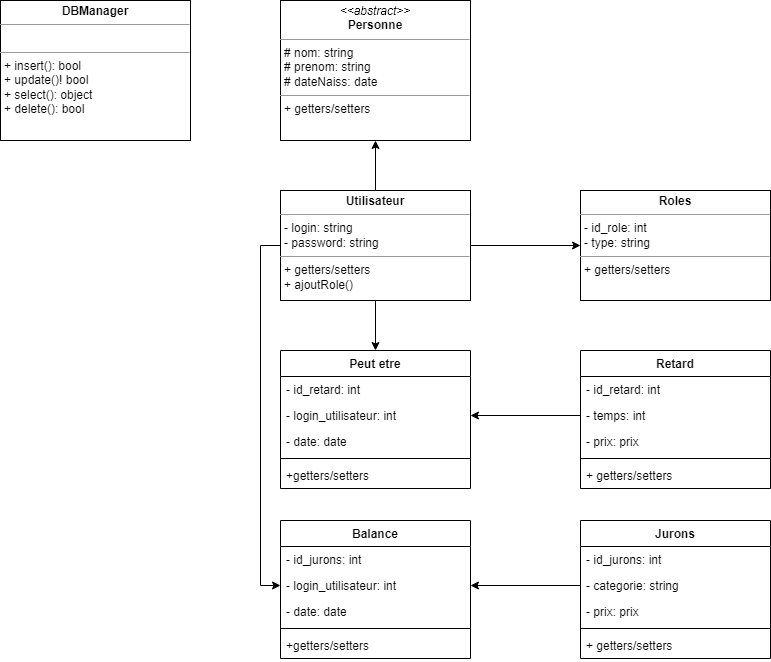
Above: diagramme classe.png in AlexandreMessuve/TP_Jurons (draw.io), before the change. Source tidied: cells renumbered, new cells last; positions are measured from the earlier drawing's top-left corner, leaving out a move shared by most shapes.
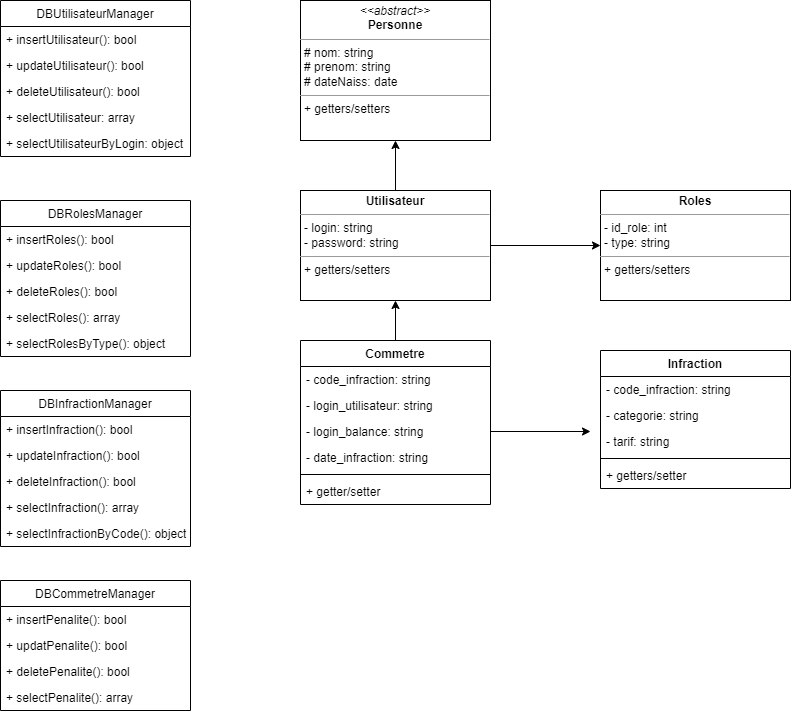
The same file after the commit.

Commit message:
Maj diagramme

Diff of the diagram source:
```diff
@@ -11,98 +11,127 @@
     <mxCell id="4" style="edgeStyle=orthogonalEdgeStyle;rounded=0;jettySize=auto;html=1;entryX=0;entryY=0.5;entryDx=0;entryDy=0;" parent="1" edge="1" source="7" target="8">
       <mxGeometry relative="1" as="geometry" />
     </mxCell>
-    <mxCell id="5" style="edgeStyle=orthogonalEdgeStyle;rounded=0;jettySize=auto;html=1;exitX=0.5;exitY=1;exitDx=0;exitDy=0;entryX=0.5;entryY=0;entryDx=0;entryDy=0;" parent="1" edge="1" source="7" target="16">
-      <mxGeometry relative="1" as="geometry" />
-    </mxCell>
-    <mxCell id="6" style="edgeStyle=orthogonalEdgeStyle;rounded=0;jettySize=auto;html=1;exitX=0;exitY=0.5;exitDx=0;exitDy=0;entryX=0;entryY=0.5;entryDx=0;entryDy=0;" parent="1" edge="1" source="7" target="24">
-      <mxGeometry relative="1" as="geometry" />
-    </mxCell>
-    <mxCell id="7" value="&lt;p style=&quot;margin:0px;margin-top:4px;text-align:center;&quot;&gt;&lt;b&gt;Utilisateur&lt;/b&gt;&lt;/p&gt;&lt;hr size=&quot;1&quot;&gt;&lt;p style=&quot;margin:0px;margin-left:4px;&quot;&gt;- login: string&lt;br&gt;- password: string&lt;/p&gt;&lt;hr size=&quot;1&quot;&gt;&lt;p style=&quot;margin:0px;margin-left:4px;&quot;&gt;+ getters/setters&lt;/p&gt;&lt;p style=&quot;margin:0px;margin-left:4px;&quot;&gt;+ ajoutRole()&lt;/p&gt;" style="verticalAlign=top;align=left;overflow=fill;fontSize=12;fontFamily=Helvetica;html=1;rounded=0;shadow=0;comic=0;labelBackgroundColor=none;strokeWidth=1;" parent="1" vertex="1">
+    <mxCell id="7" value="&lt;p style=&quot;margin:0px;margin-top:4px;text-align:center;&quot;&gt;&lt;b&gt;Utilisateur&lt;/b&gt;&lt;/p&gt;&lt;hr size=&quot;1&quot;&gt;&lt;p style=&quot;margin:0px;margin-left:4px;&quot;&gt;- login: string&lt;br&gt;- password: string&lt;/p&gt;&lt;hr size=&quot;1&quot;&gt;&lt;p style=&quot;margin:0px;margin-left:4px;&quot;&gt;+ getters/setters&lt;/p&gt;" style="verticalAlign=top;align=left;overflow=fill;fontSize=12;fontFamily=Helvetica;html=1;rounded=0;shadow=0;comic=0;labelBackgroundColor=none;strokeWidth=1;" parent="1" vertex="1">
       <mxGeometry x="280" y="190" width="190" height="110" as="geometry" />
     </mxCell>
     <mxCell id="8" value="&lt;p style=&quot;margin:0px;margin-top:4px;text-align:center;&quot;&gt;&lt;b&gt;Roles&lt;/b&gt;&lt;/p&gt;&lt;hr size=&quot;1&quot;&gt;&lt;p style=&quot;margin:0px;margin-left:4px;&quot;&gt;- id_role: int&lt;/p&gt;&lt;p style=&quot;margin:0px;margin-left:4px;&quot;&gt;- type: string&lt;br&gt;&lt;/p&gt;&lt;hr size=&quot;1&quot;&gt;&lt;p style=&quot;margin:0px;margin-left:4px;&quot;&gt;+ getters/setters&lt;/p&gt;" style="verticalAlign=top;align=left;overflow=fill;fontSize=12;fontFamily=Helvetica;html=1;rounded=0;shadow=0;comic=0;labelBackgroundColor=none;strokeWidth=1;" parent="1" vertex="1">
       <mxGeometry x="580" y="190" width="190" height="110" as="geometry" />
     </mxCell>
-    <mxCell id="9" value="&lt;p style=&quot;margin:0px;margin-top:4px;text-align:center;&quot;&gt;&lt;b&gt;DBManager&lt;/b&gt;&lt;/p&gt;&lt;hr size=&quot;1&quot;&gt;&lt;p style=&quot;margin:0px;margin-left:4px;&quot;&gt;&lt;br&gt;&lt;/p&gt;&lt;hr size=&quot;1&quot;&gt;&lt;p style=&quot;margin:0px;margin-left:4px;&quot;&gt;+ insert(): bool&lt;/p&gt;&lt;p style=&quot;margin:0px;margin-left:4px;&quot;&gt;+ update()! bool&lt;/p&gt;&lt;p style=&quot;margin:0px;margin-left:4px;&quot;&gt;+ select(): object&lt;/p&gt;&lt;p style=&quot;margin:0px;margin-left:4px;&quot;&gt;+ delete(): bool&lt;/p&gt;" style="verticalAlign=top;align=left;overflow=fill;fontSize=12;fontFamily=Helvetica;html=1;rounded=0;shadow=0;comic=0;labelBackgroundColor=none;strokeWidth=1;" parent="1" vertex="1">
-      <mxGeometry width="190" height="140" as="geometry" />
-    </mxCell>
-    <mxCell id="10" value="Retard" style="swimlane;fontStyle=1;align=center;verticalAlign=top;horizontal=1;startSize=26;" parent="1" vertex="1">
-      <mxGeometry x="580" y="350" width="190" height="138" as="geometry" />
-    </mxCell>
-    <mxCell id="11" value="- id_retard: int" style="text;strokeColor=none;fillColor=none;align=left;verticalAlign=top;spacingLeft=4;spacingRight=4;overflow=hidden;" parent="10" vertex="1">
-      <mxGeometry y="26" width="190" height="26" as="geometry" />
-    </mxCell>
-    <mxCell id="12" value="- temps: int" style="text;strokeColor=none;fillColor=none;align=left;verticalAlign=top;spacingLeft=4;spacingRight=4;overflow=hidden;points=[[0,0.5],[1,0.5]];portConstraint=eastwest;" parent="10" vertex="1">
-      <mxGeometry y="52" width="190" height="26" as="geometry" />
-    </mxCell>
-    <mxCell id="13" value="- prix: prix" style="text;strokeColor=none;fillColor=none;align=left;verticalAlign=top;spacingLeft=4;spacingRight=4;overflow=hidden;" parent="10" vertex="1">
-      <mxGeometry y="78" width="190" height="26" as="geometry" />
-    </mxCell>
-    <mxCell id="14" style="line;strokeWidth=1;fillColor=none;align=left;verticalAlign=middle;spacingTop=-1;spacingLeft=3;spacingRight=3;labelPosition=right;strokeColor=inherit;" parent="10" vertex="1">
-      <mxGeometry y="104" width="190" height="8" as="geometry" />
-    </mxCell>
-    <mxCell id="15" value="+ getters/setters" style="text;strokeColor=none;fillColor=none;align=left;verticalAlign=top;spacingLeft=4;spacingRight=4;overflow=hidden;" parent="10" vertex="1">
-      <mxGeometry y="112" width="190" height="26" as="geometry" />
-    </mxCell>
-    <mxCell id="16" value="Peut etre" style="swimlane;fontStyle=1;align=center;verticalAlign=top;horizontal=1;startSize=26;" parent="1" vertex="1">
-      <mxGeometry x="280" y="350" width="190" height="138" as="geometry" />
-    </mxCell>
-    <mxCell id="17" value="- id_retard: int" style="text;strokeColor=none;fillColor=none;align=left;verticalAlign=top;spacingLeft=4;spacingRight=4;overflow=hidden;" parent="16" vertex="1">
-      <mxGeometry y="26" width="190" height="26" as="geometry" />
-    </mxCell>
-    <mxCell id="18" value="- login_utilisateur: int" style="text;strokeColor=none;fillColor=none;align=left;verticalAlign=top;spacingLeft=4;spacingRight=4;overflow=hidden;points=[[0,0.5],[1,0.5]];portConstraint=eastwest;" parent="16" vertex="1">
-      <mxGeometry y="52" width="190" height="26" as="geometry" />
-    </mxCell>
-    <mxCell id="19" value="- date: date" style="text;strokeColor=none;fillColor=none;align=left;verticalAlign=top;spacingLeft=4;spacingRight=4;overflow=hidden;" parent="16" vertex="1">
-      <mxGeometry y="78" width="190" height="26" as="geometry" />
-    </mxCell>
-    <mxCell id="20" style="line;strokeWidth=1;fillColor=none;align=left;verticalAlign=middle;spacingTop=-1;spacingLeft=3;spacingRight=3;labelPosition=right;strokeColor=inherit;" parent="16" vertex="1">
-      <mxGeometry y="104" width="190" height="8" as="geometry" />
-    </mxCell>
-    <mxCell id="21" value="+getters/setters" style="text;strokeColor=none;fillColor=none;align=left;verticalAlign=top;spacingLeft=4;spacingRight=4;overflow=hidden;" parent="16" vertex="1">
-      <mxGeometry y="112" width="190" height="26" as="geometry" />
-    </mxCell>
-    <mxCell id="22" value="Balance" style="swimlane;fontStyle=1;align=center;verticalAlign=top;horizontal=1;startSize=26;" parent="1" vertex="1">
-      <mxGeometry x="280" y="520" width="190" height="138" as="geometry" />
-    </mxCell>
-    <mxCell id="23" value="- id_jurons: int" style="text;strokeColor=none;fillColor=none;align=left;verticalAlign=top;spacingLeft=4;spacingRight=4;overflow=hidden;" parent="22" vertex="1">
-      <mxGeometry y="26" width="190" height="26" as="geometry" />
-    </mxCell>
-    <mxCell id="24" value="- login_utilisateur: int" style="text;strokeColor=none;fillColor=none;align=left;verticalAlign=top;spacingLeft=4;spacingRight=4;overflow=hidden;points=[[0,0.5],[1,0.5]];portConstraint=eastwest;" parent="22" vertex="1">
-      <mxGeometry y="52" width="190" height="26" as="geometry" />
-    </mxCell>
-    <mxCell id="25" value="- date: date" style="text;strokeColor=none;fillColor=none;align=left;verticalAlign=top;spacingLeft=4;spacingRight=4;overflow=hidden;" parent="22" vertex="1">
-      <mxGeometry y="78" width="190" height="26" as="geometry" />
-    </mxCell>
-    <mxCell id="26" style="line;strokeWidth=1;fillColor=none;align=left;verticalAlign=middle;spacingTop=-1;spacingLeft=3;spacingRight=3;labelPosition=right;strokeColor=inherit;" parent="22" vertex="1">
-      <mxGeometry y="104" width="190" height="8" as="geometry" />
-    </mxCell>
-    <mxCell id="27" value="+getters/setters" style="text;strokeColor=none;fillColor=none;align=left;verticalAlign=top;spacingLeft=4;spacingRight=4;overflow=hidden;" parent="22" vertex="1">
-      <mxGeometry y="112" width="190" height="26" as="geometry" />
-    </mxCell>
-    <mxCell id="28" value="Jurons" style="swimlane;fontStyle=1;align=center;verticalAlign=top;horizontal=1;startSize=26;" parent="1" vertex="1">
-      <mxGeometry x="580" y="520" width="190" height="138" as="geometry" />
-    </mxCell>
-    <mxCell id="29" value="- id_jurons: int" style="text;strokeColor=none;fillColor=none;align=left;verticalAlign=top;spacingLeft=4;spacingRight=4;overflow=hidden;" parent="28" vertex="1">
-      <mxGeometry y="26" width="190" height="26" as="geometry" />
-    </mxCell>
+    <mxCell id="36" style="edgeStyle=orthogonalEdgeStyle;rounded=0;jettySize=auto;html=1;" parent="1" edge="1" source="37" target="7">
+      <mxGeometry relative="1" as="geometry" />
+    </mxCell>
+    <mxCell id="37" value="Commetre" style="swimlane;fontStyle=1;align=center;verticalAlign=top;horizontal=1;startSize=26;" parent="1" vertex="1">
+      <mxGeometry x="280" y="340" width="190" height="164" as="geometry" />
+    </mxCell>
+    <mxCell id="38" value="- code_infraction: string" style="text;strokeColor=none;fillColor=none;align=left;verticalAlign=top;spacingLeft=4;spacingRight=4;overflow=hidden;" parent="37" vertex="1">
+      <mxGeometry y="26" width="190" height="26" as="geometry" />
+    </mxCell>
+    <mxCell id="39" value="- login_utilisateur: string" style="text;strokeColor=none;fillColor=none;align=left;verticalAlign=top;spacingLeft=4;spacingRight=4;overflow=hidden;" parent="37" vertex="1">
+      <mxGeometry y="52" width="190" height="26" as="geometry" />
+    </mxCell>
+    <mxCell id="40" style="edgeStyle=orthogonalEdgeStyle;rounded=0;jettySize=auto;html=1;" parent="37" edge="1" source="41">
+      <mxGeometry relative="1" as="geometry">
+        <mxPoint x="290" y="91" as="targetPoint" />
+      </mxGeometry>
+    </mxCell>
+    <mxCell id="41" value="- login_balance: string" style="text;strokeColor=none;fillColor=none;align=left;verticalAlign=top;spacingLeft=4;spacingRight=4;overflow=hidden;points=[[0,0.5],[1,0.5]];portConstraint=eastwest;" parent="37" vertex="1">
+      <mxGeometry y="78" width="190" height="26" as="geometry" />
+    </mxCell>
+    <mxCell id="42" value="- date_infraction: string" style="text;strokeColor=none;fillColor=none;align=left;verticalAlign=top;spacingLeft=4;spacingRight=4;overflow=hidden;" parent="37" vertex="1">
+      <mxGeometry y="104" width="190" height="26" as="geometry" />
+    </mxCell>
+    <mxCell id="43" style="line;strokeWidth=1;fillColor=none;align=left;verticalAlign=middle;spacingTop=-1;spacingLeft=3;spacingRight=3;labelPosition=right;strokeColor=inherit;" parent="37" vertex="1">
+      <mxGeometry y="130" width="190" height="8" as="geometry" />
+    </mxCell>
+    <mxCell id="44" value="+ getter/setter" style="text;strokeColor=none;fillColor=none;align=left;verticalAlign=top;spacingLeft=4;spacingRight=4;overflow=hidden;" parent="37" vertex="1">
+      <mxGeometry y="138" width="190" height="26" as="geometry" />
+    </mxCell>
+    <mxCell id="45" value="Infraction" style="swimlane;fontStyle=1;align=center;verticalAlign=top;horizontal=1;startSize=26;" parent="1" vertex="1">
+      <mxGeometry x="580" y="350" width="190" height="138" as="geometry" />
+    </mxCell>
+    <mxCell id="46" value="- code_infraction: string" style="text;strokeColor=none;fillColor=none;align=left;verticalAlign=top;spacingLeft=4;spacingRight=4;overflow=hidden;" parent="45" vertex="1">
+      <mxGeometry y="26" width="190" height="26" as="geometry" />
+    </mxCell>
-    <mxCell id="30" value="- categorie: string" style="text;strokeColor=none;fillColor=none;align=left;verticalAlign=top;spacingLeft=4;spacingRight=4;overflow=hidden;points=[[0,0.5],[1,0.5]];portConstraint=eastwest;" parent="28" vertex="1">
+    <mxCell id="30" value="- categorie: string" style="text;strokeColor=none;fillColor=none;align=left;verticalAlign=top;spacingLeft=4;spacingRight=4;overflow=hidden;points=[[0,0.5],[1,0.5]];portConstraint=eastwest;" parent="45" vertex="1">
       <mxGeometry y="52" width="190" height="26" as="geometry" />
     </mxCell>
-    <mxCell id="31" value="- prix: prix" style="text;strokeColor=none;fillColor=none;align=left;verticalAlign=top;spacingLeft=4;spacingRight=4;overflow=hidden;" parent="28" vertex="1">
-      <mxGeometry y="78" width="190" height="26" as="geometry" />
-    </mxCell>
-    <mxCell id="32" style="line;strokeWidth=1;fillColor=none;align=left;verticalAlign=middle;spacingTop=-1;spacingLeft=3;spacingRight=3;labelPosition=right;strokeColor=inherit;" parent="28" vertex="1">
-      <mxGeometry y="104" width="190" height="8" as="geometry" />
-    </mxCell>
-    <mxCell id="33" value="+ getters/setters" style="text;strokeColor=none;fillColor=none;align=left;verticalAlign=top;spacingLeft=4;spacingRight=4;overflow=hidden;" parent="28" vertex="1">
-      <mxGeometry y="112" width="190" height="26" as="geometry" />
-    </mxCell>
-    <mxCell id="34" style="edgeStyle=orthogonalEdgeStyle;rounded=0;jettySize=auto;html=1;exitX=0;exitY=0.5;exitDx=0;exitDy=0;entryX=1;entryY=0.5;entryDx=0;entryDy=0;" parent="1" edge="1" source="12" target="18">
-      <mxGeometry relative="1" as="geometry" />
-    </mxCell>
-    <mxCell id="35" style="edgeStyle=orthogonalEdgeStyle;rounded=0;jettySize=auto;html=1;exitX=0;exitY=0.5;exitDx=0;exitDy=0;entryX=1;entryY=0.5;entryDx=0;entryDy=0;" parent="1" edge="1" source="30" target="24">
-      <mxGeometry relative="1" as="geometry" />
-    </mxCell>
+    <mxCell id="47" value="- tarif: string" style="text;strokeColor=none;fillColor=none;align=left;verticalAlign=top;spacingLeft=4;spacingRight=4;overflow=hidden;" parent="45" vertex="1">
+      <mxGeometry y="78" width="190" height="26" as="geometry" />
+    </mxCell>
+    <mxCell id="48" style="line;strokeWidth=1;fillColor=none;align=left;verticalAlign=middle;spacingTop=-1;spacingLeft=3;spacingRight=3;labelPosition=right;strokeColor=inherit;" parent="45" vertex="1">
+      <mxGeometry y="104" width="190" height="8" as="geometry" />
+    </mxCell>
+    <mxCell id="49" value="+ getters/setter" style="text;strokeColor=none;fillColor=none;align=left;verticalAlign=top;spacingLeft=4;spacingRight=4;overflow=hidden;" parent="45" vertex="1">
+      <mxGeometry y="112" width="190" height="26" as="geometry" />
+    </mxCell>
+    <mxCell id="50" value="DBUtilisateurManager" style="swimlane;fontStyle=0;horizontal=1;startSize=26;fillColor=none;" parent="1" vertex="1">
+      <mxGeometry x="-20" width="190" height="156" as="geometry" />
+    </mxCell>
+    <mxCell id="51" value="+ insertUtilisateur(): bool" style="text;strokeColor=none;fillColor=none;align=left;verticalAlign=top;spacingLeft=4;spacingRight=4;overflow=hidden;" parent="50" vertex="1">
+      <mxGeometry y="26" width="190" height="26" as="geometry" />
+    </mxCell>
+    <mxCell id="52" value="+ updateUtilisateur(): bool" style="text;strokeColor=none;fillColor=none;align=left;verticalAlign=top;spacingLeft=4;spacingRight=4;overflow=hidden;" parent="50" vertex="1">
+      <mxGeometry y="52" width="190" height="26" as="geometry" />
+    </mxCell>
+    <mxCell id="53" value="+ deleteUtilisateur(): bool" style="text;strokeColor=none;fillColor=none;align=left;verticalAlign=top;spacingLeft=4;spacingRight=4;overflow=hidden;" parent="50" vertex="1">
+      <mxGeometry y="78" width="190" height="26" as="geometry" />
+    </mxCell>
+    <mxCell id="54" value="+ selectUtilisateur: array" style="text;strokeColor=none;fillColor=none;align=left;verticalAlign=top;spacingLeft=4;spacingRight=4;overflow=hidden;" parent="50" vertex="1">
+      <mxGeometry y="104" width="190" height="26" as="geometry" />
+    </mxCell>
+    <mxCell id="55" value="+ selectUtilisateurByLogin: object" style="text;strokeColor=none;fillColor=none;align=left;verticalAlign=top;spacingLeft=4;spacingRight=4;overflow=hidden;" parent="50" vertex="1">
+      <mxGeometry y="130" width="190" height="26" as="geometry" />
+    </mxCell>
+    <mxCell id="56" value="DBRolesManager" style="swimlane;fontStyle=0;horizontal=1;startSize=26;fillColor=none;" parent="1" vertex="1">
+      <mxGeometry x="-20" y="200" width="190" height="156" as="geometry" />
+    </mxCell>
+    <mxCell id="57" value="+ insertRoles(): bool" style="text;strokeColor=none;fillColor=none;align=left;verticalAlign=top;spacingLeft=4;spacingRight=4;overflow=hidden;" parent="56" vertex="1">
+      <mxGeometry y="26" width="190" height="26" as="geometry" />
+    </mxCell>
+    <mxCell id="58" value="+ updateRoles(): bool" style="text;strokeColor=none;fillColor=none;align=left;verticalAlign=top;spacingLeft=4;spacingRight=4;overflow=hidden;" parent="56" vertex="1">
+      <mxGeometry y="52" width="190" height="26" as="geometry" />
+    </mxCell>
+    <mxCell id="59" value="+ deleteRoles(): bool" style="text;strokeColor=none;fillColor=none;align=left;verticalAlign=top;spacingLeft=4;spacingRight=4;overflow=hidden;" parent="56" vertex="1">
+      <mxGeometry y="78" width="190" height="26" as="geometry" />
+    </mxCell>
+    <mxCell id="60" value="+ selectRoles(): array" style="text;strokeColor=none;fillColor=none;align=left;verticalAlign=top;spacingLeft=4;spacingRight=4;overflow=hidden;" parent="56" vertex="1">
+      <mxGeometry y="104" width="190" height="26" as="geometry" />
+    </mxCell>
+    <mxCell id="61" value="+ selectRolesByType(): object" style="text;strokeColor=none;fillColor=none;align=left;verticalAlign=top;spacingLeft=4;spacingRight=4;overflow=hidden;" parent="56" vertex="1">
+      <mxGeometry y="130" width="190" height="26" as="geometry" />
+    </mxCell>
+    <mxCell id="62" value="DBInfractionManager" style="swimlane;fontStyle=0;horizontal=1;startSize=26;fillColor=none;" parent="1" vertex="1">
+      <mxGeometry x="-20" y="390" width="190" height="156" as="geometry" />
+    </mxCell>
+    <mxCell id="63" value="+ insertInfraction(): bool" style="text;strokeColor=none;fillColor=none;align=left;verticalAlign=top;spacingLeft=4;spacingRight=4;overflow=hidden;" parent="62" vertex="1">
+      <mxGeometry y="26" width="190" height="26" as="geometry" />
+    </mxCell>
+    <mxCell id="64" value="+ updateInfraction(): bool" style="text;strokeColor=none;fillColor=none;align=left;verticalAlign=top;spacingLeft=4;spacingRight=4;overflow=hidden;" parent="62" vertex="1">
+      <mxGeometry y="52" width="190" height="26" as="geometry" />
+    </mxCell>
+    <mxCell id="65" value="+ deleteInfraction(): bool" style="text;strokeColor=none;fillColor=none;align=left;verticalAlign=top;spacingLeft=4;spacingRight=4;overflow=hidden;" parent="62" vertex="1">
+      <mxGeometry y="78" width="190" height="26" as="geometry" />
+    </mxCell>
+    <mxCell id="66" value="+ selectInfraction(): array" style="text;strokeColor=none;fillColor=none;align=left;verticalAlign=top;spacingLeft=4;spacingRight=4;overflow=hidden;" parent="62" vertex="1">
+      <mxGeometry y="104" width="190" height="26" as="geometry" />
+    </mxCell>
+    <mxCell id="67" value="+ selectInfractionByCode(): object" style="text;strokeColor=none;fillColor=none;align=left;verticalAlign=top;spacingLeft=4;spacingRight=4;overflow=hidden;" parent="62" vertex="1">
+      <mxGeometry y="130" width="190" height="26" as="geometry" />
+    </mxCell>
+    <mxCell id="68" value="DBCommetreManager" style="swimlane;fontStyle=0;horizontal=1;startSize=26;fillColor=none;" parent="1" vertex="1">
+      <mxGeometry x="-20" y="580" width="190" height="130" as="geometry" />
+    </mxCell>
+    <mxCell id="69" value="+ insertPenalite(): bool" style="text;strokeColor=none;fillColor=none;align=left;verticalAlign=top;spacingLeft=4;spacingRight=4;overflow=hidden;" parent="68" vertex="1">
+      <mxGeometry y="26" width="190" height="26" as="geometry" />
+    </mxCell>
+    <mxCell id="70" value="+ updatPenalite(): bool" style="text;strokeColor=none;fillColor=none;align=left;verticalAlign=top;spacingLeft=4;spacingRight=4;overflow=hidden;" parent="68" vertex="1">
+      <mxGeometry y="52" width="190" height="26" as="geometry" />
+    </mxCell>
+    <mxCell id="71" value="+ deletePenalite(): bool" style="text;strokeColor=none;fillColor=none;align=left;verticalAlign=top;spacingLeft=4;spacingRight=4;overflow=hidden;" parent="68" vertex="1">
+      <mxGeometry y="78" width="190" height="26" as="geometry" />
+    </mxCell>
+    <mxCell id="72" value="+ selectPenalite(): array" style="text;strokeColor=none;fillColor=none;align=left;verticalAlign=top;spacingLeft=4;spacingRight=4;overflow=hidden;" parent="68" vertex="1">
+      <mxGeometry y="104" width="190" height="26" as="geometry" />
+    </mxCell>
   </root>
 </mxGraphModel>
```
